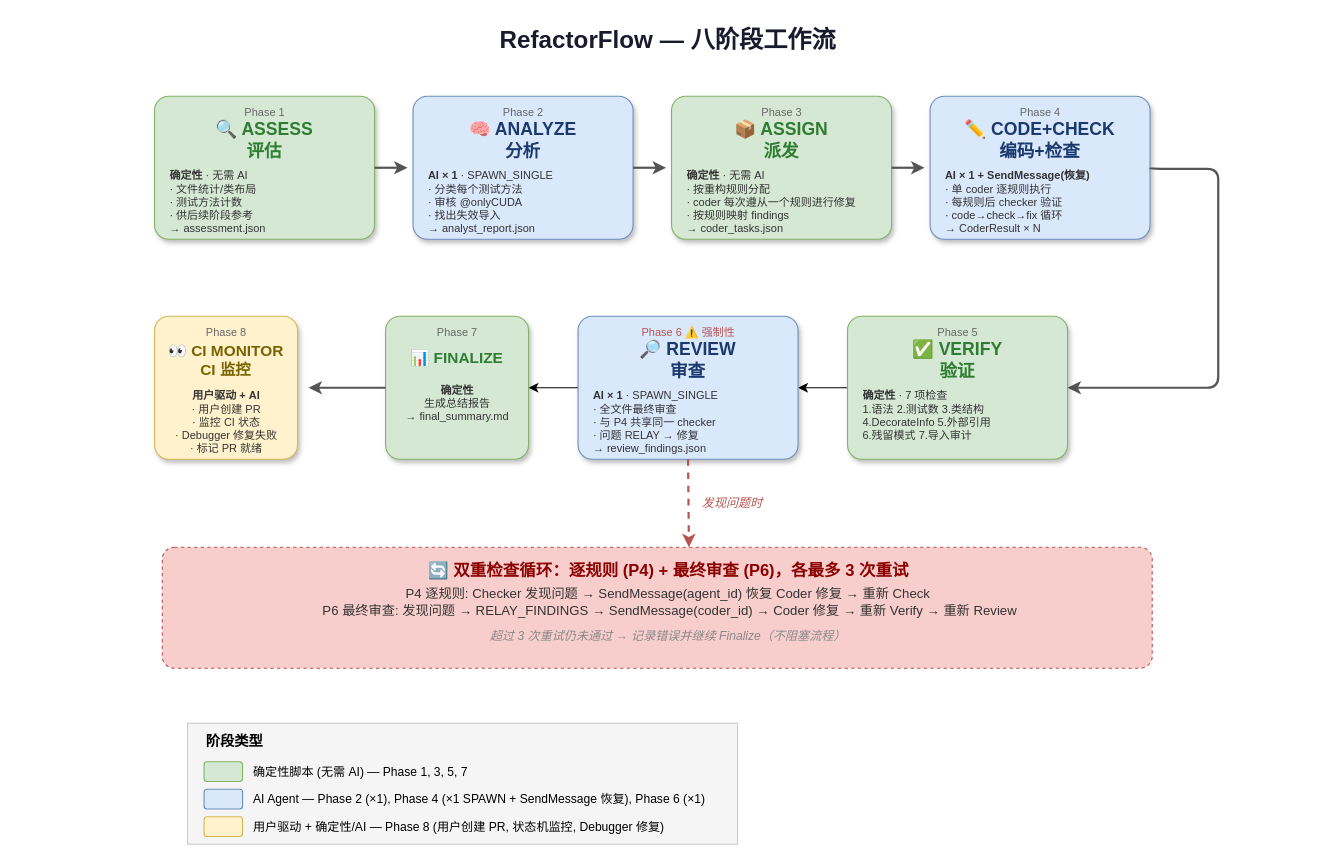
The draw.io diagram pytorch-test-refactoring/.assets/diagrams/workflow.drawio in KarhouTam/agent-skills, before the edit. Source tidied: cells renumbered, new cells numbered last; positions are measured from the earlier drawing's top-left corner, leaving out a move shared by most shapes. Both pictures are drawn from the tidied source at 110%, with x=0, y=0 at pixel (19, 19).
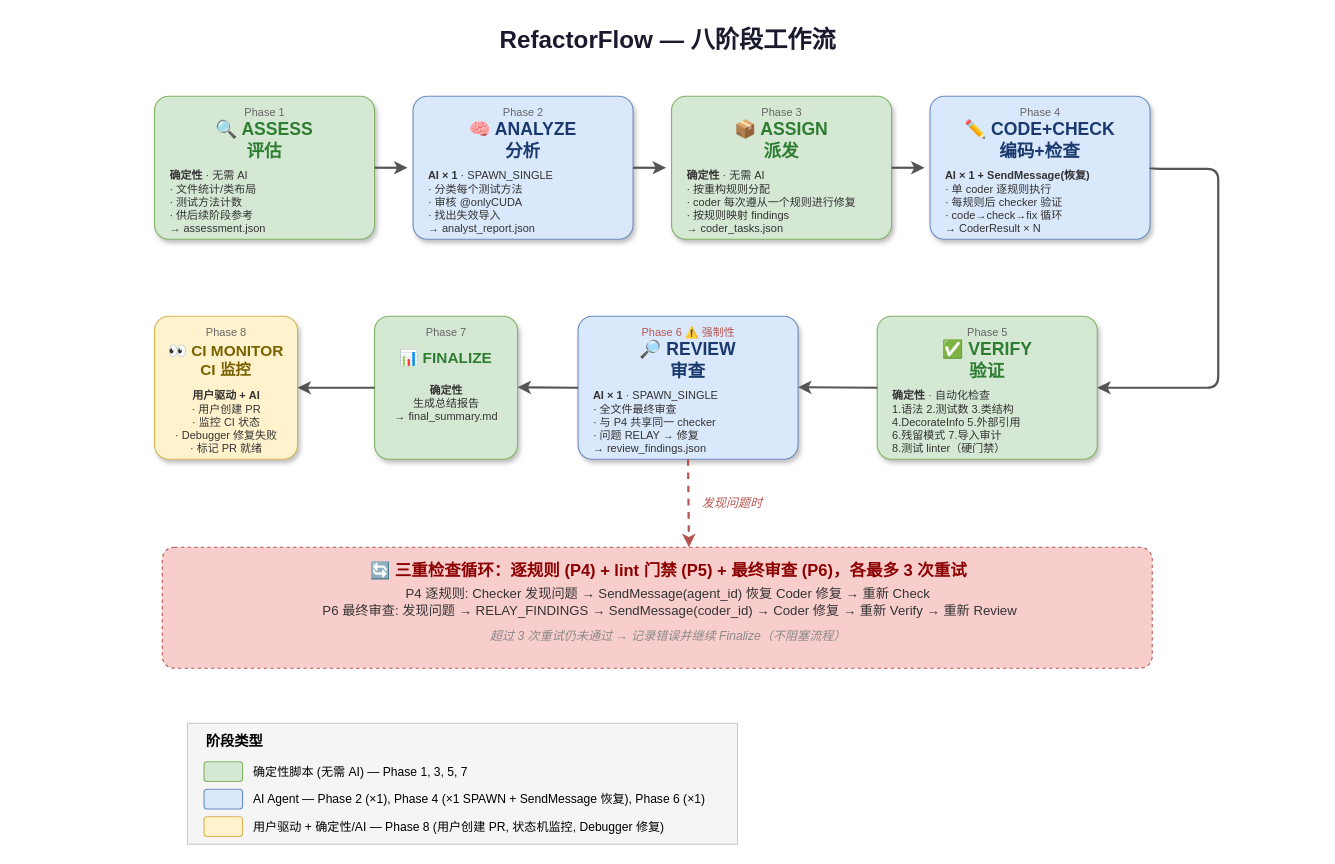
After the change.

Unchanged cells that the change refers to:
```xml
<mxCell id="29" style="rounded=1;whiteSpace=wrap;html=1;fillColor=#dae8fc;strokeColor=#6c8ebf;arcSize=10;shadow=1;" parent="1" vertex="1">
  <mxGeometry x="508" y="270" width="200" height="130" as="geometry" />
</mxCell>
<mxCell id="38" style="rounded=1;whiteSpace=wrap;html=1;fillColor=#fff2cc;strokeColor=#d6b656;arcSize=10;shadow=1;" parent="1" vertex="1">
  <mxGeometry x="123" y="270" width="130" height="130" as="geometry" />
</mxCell>
```

Diff of the diagram source:
```diff
@@
-    <mxCell id="23" style="edgeStyle=none;html=1;exitX=0;exitY=0.5;exitDx=0;exitDy=0;entryX=1;entryY=0.5;entryDx=0;entryDy=0;" parent="1" edge="1" source="24" target="29">
-      <mxGeometry relative="1" as="geometry" />
-    </mxCell>
     <mxCell id="24" style="rounded=1;whiteSpace=wrap;html=1;fillColor=#d5e8d4;strokeColor=#82b366;arcSize=10;shadow=1;" parent="1" vertex="1">
-      <mxGeometry x="753" y="270" width="200" height="130" as="geometry" />
+      <mxGeometry x="780" y="270" width="200" height="130" as="geometry" />
     </mxCell>
     <mxCell id="25" value="Phase 5" style="text;html=1;strokeColor=none;fillColor=none;align=center;verticalAlign=middle;fontSize=10;fontColor=#666;" parent="1" vertex="1">
-      <mxGeometry x="753" y="275" width="200" height="18" as="geometry" />
+      <mxGeometry x="780" y="275" width="200" height="18" as="geometry" />
     </mxCell>
     <mxCell id="26" value="✅ VERIFY&lt;br&gt;验证" style="text;html=1;strokeColor=none;fillColor=none;align=center;verticalAlign=middle;whiteSpace=wrap;fontSize=16;fontStyle=1;fontColor=#2e7d32;" parent="1" vertex="1">
-      <mxGeometry x="758" y="292" width="190" height="35" as="geometry" />
+      <mxGeometry x="785" y="292" width="190" height="35" as="geometry" />
     </mxCell>
-    <mxCell id="27" value="&lt;b&gt;确定性&lt;/b&gt; · 7 项检查&lt;br&gt;1.语法 2.测试数 3.类结构&lt;br&gt;4.DecorateInfo 5.外部引用&lt;br&gt;6.残留模式 7.导入审计" style="text;html=1;strokeColor=none;fillColor=none;align=left;verticalAlign=top;whiteSpace=wrap;fontSize=10;fontColor=#333;" parent="1" vertex="1">
-      <mxGeometry x="765" y="330" width="180" height="62" as="geometry" />
+    <mxCell id="27" value="&lt;b&gt;确定性&lt;/b&gt; · 自动化检查&lt;br&gt;1.语法 2.测试数 3.类结构&lt;br&gt;4.DecorateInfo 5.外部引用&lt;br&gt;6.残留模式 7.导入审计&lt;br&gt;8.测试 linter（硬门禁）" style="text;html=1;strokeColor=none;fillColor=none;align=left;verticalAlign=top;whiteSpace=wrap;fontSize=10;fontColor=#333;" parent="1" vertex="1">
+      <mxGeometry x="792" y="330" width="180" height="62" as="geometry" />
     </mxCell>
-    <mxCell id="28" style="edgeStyle=none;html=1;exitX=0;exitY=0.5;exitDx=0;exitDy=0;entryX=1;entryY=0.5;entryDx=0;entryDy=0;" parent="1" edge="1" source="29" target="33">
-      <mxGeometry relative="1" as="geometry" />
-    </mxCell>
@@
     <mxCell id="33" style="rounded=1;whiteSpace=wrap;html=1;fillColor=#d5e8d4;strokeColor=#82b366;arcSize=10;shadow=1;" parent="1" vertex="1">
-      <mxGeometry x="333" y="270" width="130" height="130" as="geometry" />
+      <mxGeometry x="323" y="270" width="130" height="130" as="geometry" />
     </mxCell>
     <mxCell id="34" value="Phase 7" style="text;html=1;strokeColor=none;fillColor=none;align=center;verticalAlign=middle;fontSize=10;fontColor=#666;" parent="1" vertex="1">
-      <mxGeometry x="333" y="275" width="130" height="18" as="geometry" />
+      <mxGeometry x="323" y="275" width="130" height="18" as="geometry" />
     </mxCell>
     <mxCell id="35" value="📊 FINALIZE" style="text;html=1;strokeColor=none;fillColor=none;align=center;verticalAlign=middle;whiteSpace=wrap;fontSize=14;fontStyle=1;fontColor=#2e7d32;" parent="1" vertex="1">
-      <mxGeometry x="338" y="295" width="120" height="25" as="geometry" />
+      <mxGeometry x="328" y="295" width="120" height="25" as="geometry" />
     </mxCell>
     <mxCell id="36" value="&lt;b&gt;确定性&lt;/b&gt;&lt;br&gt;生成总结报告&lt;br&gt;→ final_summary.md" style="text;html=1;strokeColor=none;fillColor=none;align=center;verticalAlign=top;whiteSpace=wrap;fontSize=10;fontColor=#333;" parent="1" vertex="1">
-      <mxGeometry x="341" y="325" width="115" height="65" as="geometry" />
+      <mxGeometry x="331" y="325" width="115" height="65" as="geometry" />
     </mxCell>
-    <mxCell id="37" style="endArrow=classic;html=1;strokeWidth=2;strokeColor=#555;" parent="1" edge="1">
-      <mxGeometry relative="1" as="geometry">
-        <mxPoint x="333" y="335" as="sourcePoint" />
-        <mxPoint x="263" y="335" as="targetPoint" />
-      </mxGeometry>
+    <mxCell id="37" style="endArrow=classic;html=1;strokeWidth=2;strokeColor=#555;entryX=1;entryY=0.5;entryDx=0;entryDy=0;exitX=0;exitY=0.5;exitDx=0;exitDy=0;" parent="1" edge="1" source="33" target="38">
+      <mxGeometry relative="1" as="geometry" />
     </mxCell>
@@
-    <mxCell id="43" value="🔄 双重检查循环：逐规则 (P4) + 最终审查 (P6)，各最多 3 次重试" style="text;html=1;strokeColor=none;fillColor=none;align=center;verticalAlign=middle;fontSize=15;fontStyle=1;fontColor=#8b0000;" parent="1" vertex="1">
+    <mxCell id="43" value="🔄 三重检查循环：逐规则 (P4) + lint 门禁 (P5) + 最终审查 (P6)，各最多 3 次重试" style="text;html=1;strokeColor=none;fillColor=none;align=center;verticalAlign=middle;fontSize=15;fontStyle=1;fontColor=#8b0000;" parent="1" vertex="1">
       <mxGeometry y="488" width="1180" height="25" as="geometry" />
     </mxCell>
@@
+    <mxCell id="56" style="endArrow=classic;html=1;strokeWidth=2;strokeColor=#555;entryX=1;entryY=0.5;entryDx=0;entryDy=0;exitX=0;exitY=0.5;exitDx=0;exitDy=0;" parent="1" edge="1" source="24">
+      <mxGeometry relative="1" as="geometry">
+        <mxPoint x="708" y="334.5" as="targetPoint" />
+      </mxGeometry>
+    </mxCell>
+    <mxCell id="57" style="endArrow=classic;html=1;strokeWidth=2;strokeColor=#555;entryX=1;entryY=0.5;entryDx=0;entryDy=0;exitX=0;exitY=0.5;exitDx=0;exitDy=0;" parent="1" edge="1" source="29">
+      <mxGeometry relative="1" as="geometry">
+        <mxPoint x="453" y="334.5" as="targetPoint" />
+      </mxGeometry>
+    </mxCell>
```
